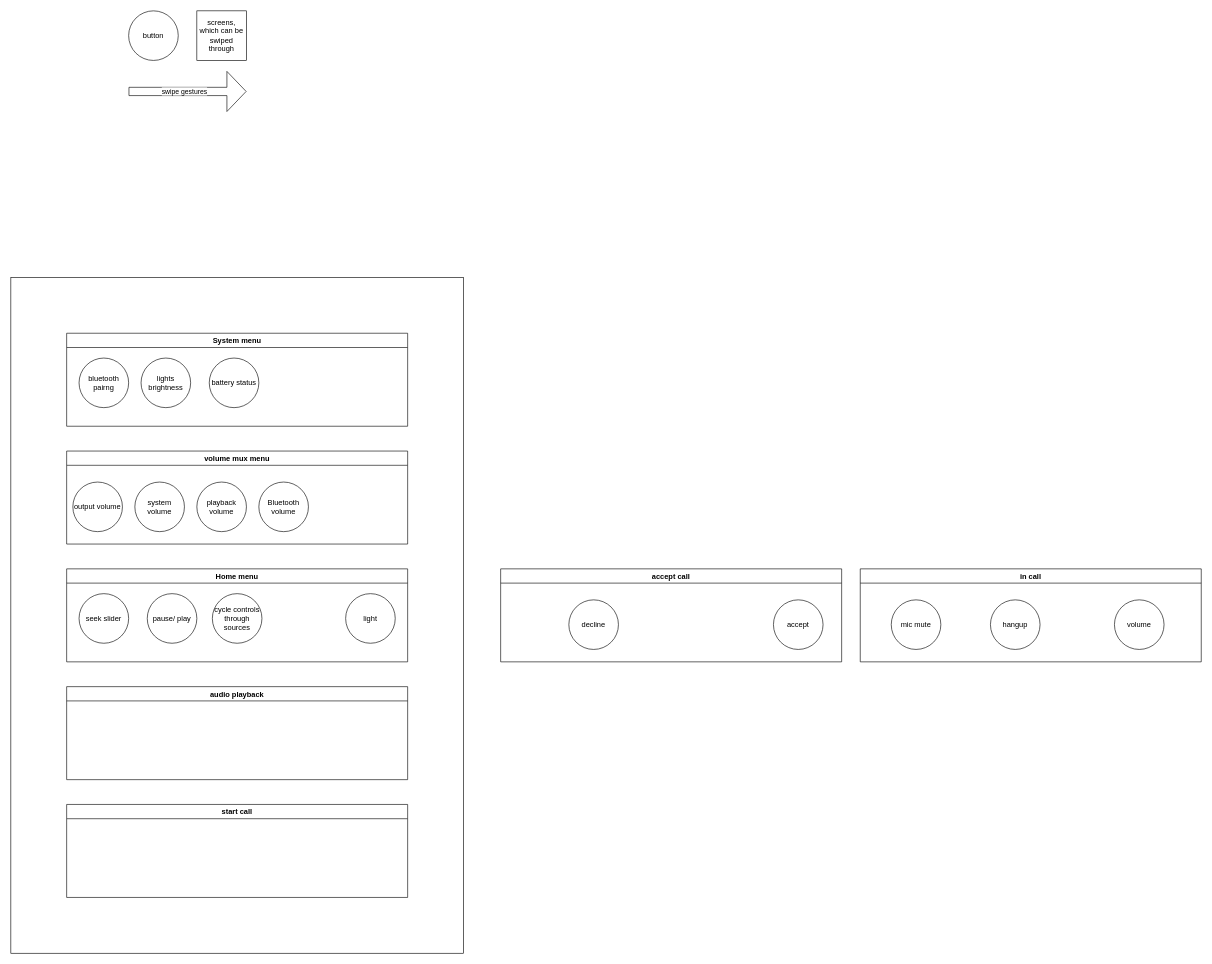
This is V2/code/M0 firmware/menu system.drawio from Scaniox/Glassphones, a draw.io file, before an edit. Source tidied: cells renumbered, new cells numbered last; positions are measured from the earlier drawing's top-left corner, leaving out a move shared by most shapes. Both pictures are drawn from the tidied source at 62%, with x=0, y=0 at pixel (11, 11).
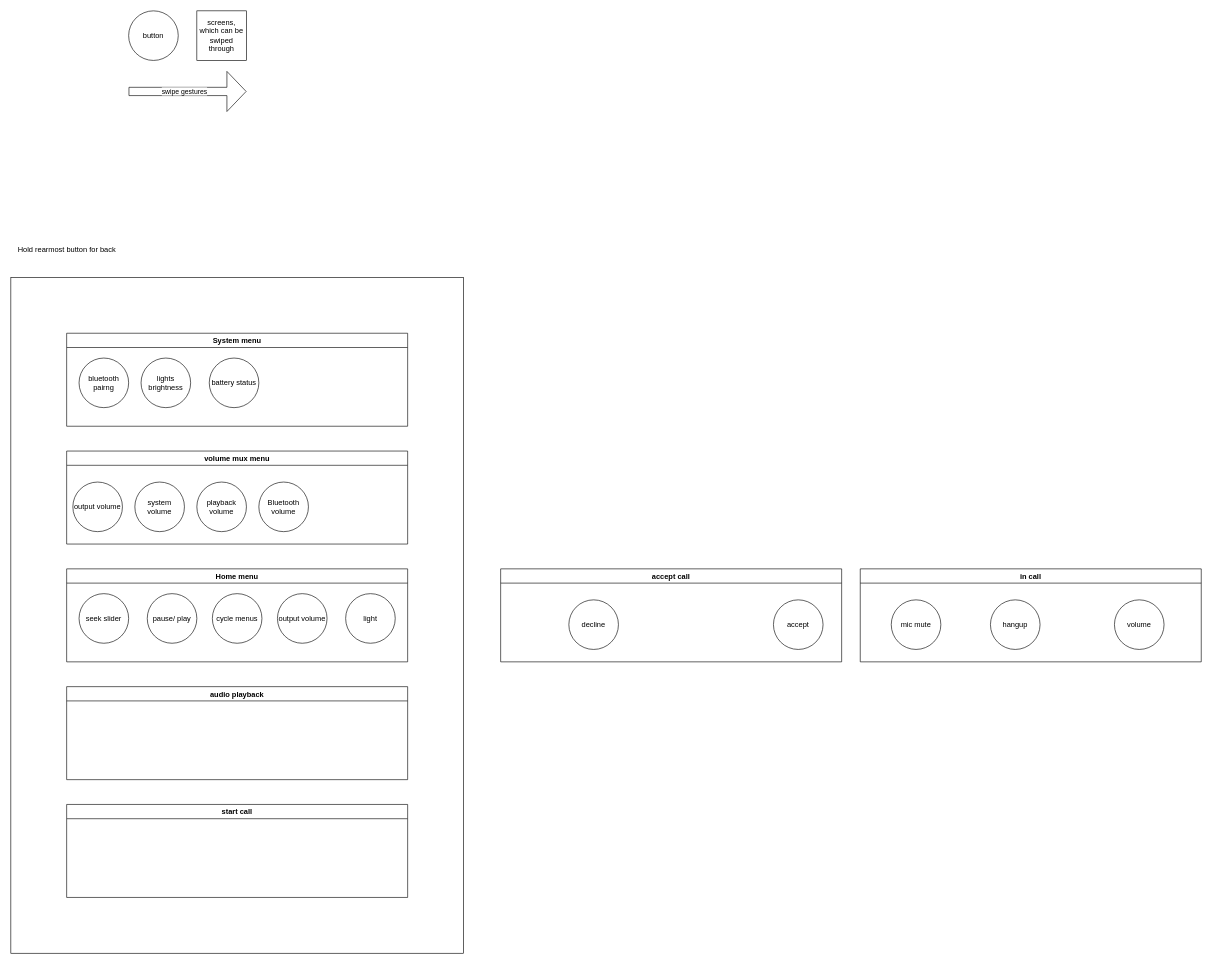
The same page after the edit.

Unchanged cells that the change refers to:
```xml
<mxCell id="8" value="Home menu" style="swimlane;" parent="1" vertex="1">
  <mxGeometry x="90" y="900" width="550" height="150" as="geometry" />
</mxCell>
```

Change to the diagram source:
```diff
@@
-    <mxCell id="12" value="cycle controls through sources" style="ellipse;whiteSpace=wrap;html=1;" parent="8" vertex="1">
+    <mxCell id="12" value="cycle menus" style="ellipse;whiteSpace=wrap;html=1;" parent="8" vertex="1">
       <mxGeometry x="235" y="40" width="80" height="80" as="geometry" />
     </mxCell>
@@
+    <mxCell id="29" value="Hold rearmost button for back" style="text;html=1;align=center;verticalAlign=middle;strokeColor=none;fillColor=none;" parent="1" vertex="1">
+      <mxGeometry y="370" width="180" height="30" as="geometry" />
+    </mxCell>
+    <mxCell id="30" value="output volume" style="ellipse;whiteSpace=wrap;html=1;" parent="1" vertex="1">
+      <mxGeometry x="430" y="940" width="80" height="80" as="geometry" />
+    </mxCell>
```
